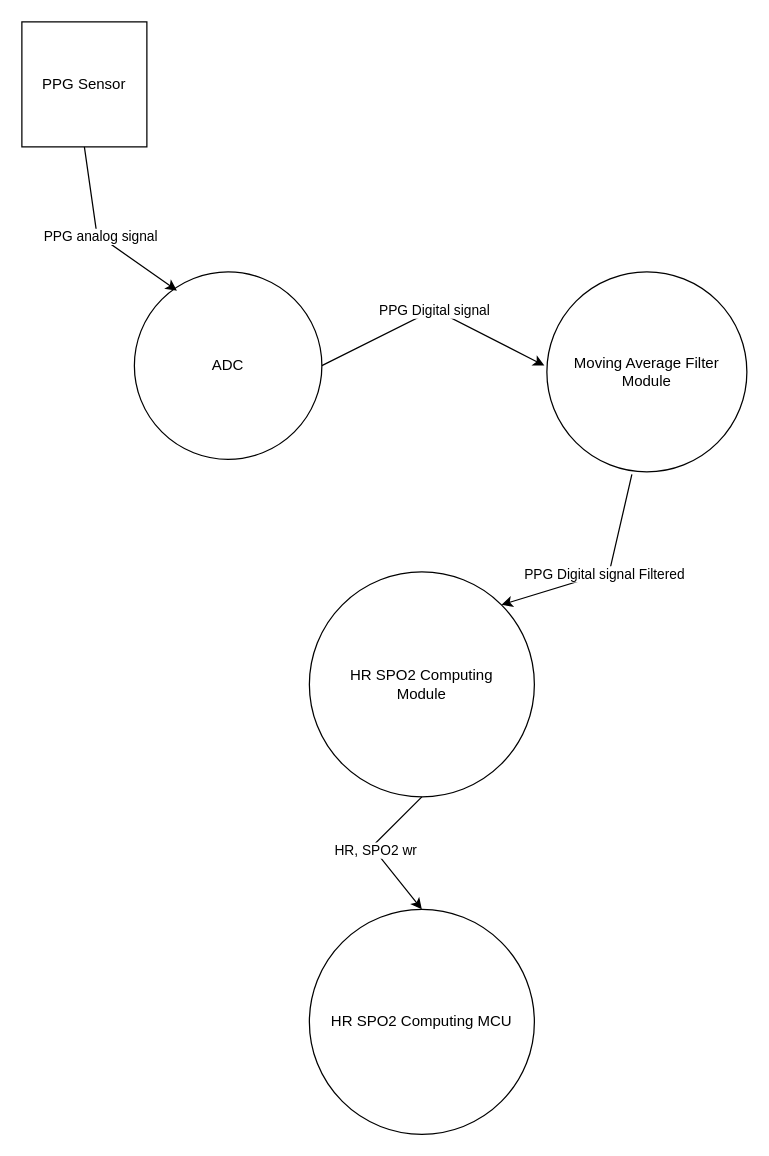
Above: page "Level 2 - HR SPO2 Computing" (3 of 5) of diagrams/PPG signal processing device STM32F411RE.drawio.xml in Tonyb94/PPG-Signal-Processing (draw.io), before the change. Source tidied: cells renumbered, new cells numbered last; positions are measured from the earlier drawing's top-left corner, leaving out a move shared by most shapes. Both pictures are drawn from the tidied source at 125%, with x=0, y=0 at pixel (21, 21).
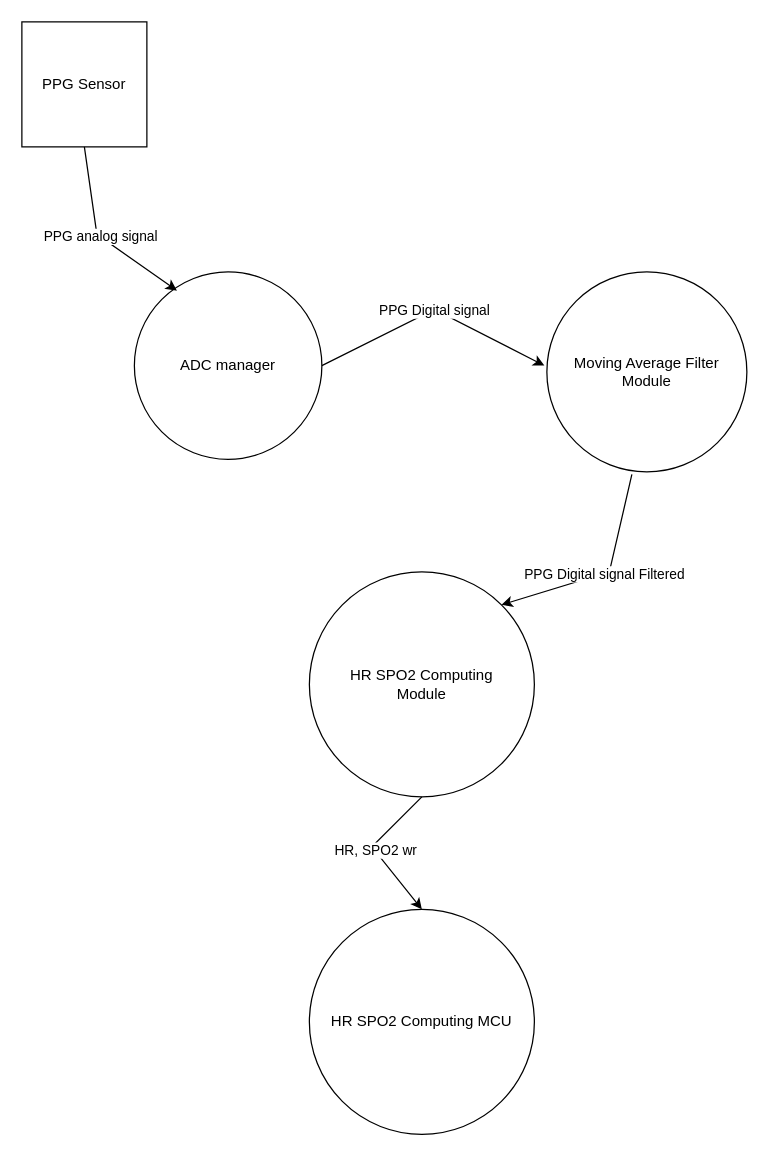
The same page after the edit.

What changed in the source:
```diff
@@
-    <mxCell id="2" value="ADC" style="ellipse;whiteSpace=wrap;html=1;" parent="1" vertex="1">
+    <mxCell id="2" value="ADC manager" style="ellipse;whiteSpace=wrap;html=1;" parent="1" vertex="1">
       <mxGeometry x="90" y="200" width="150" height="150" as="geometry" />
     </mxCell>
```
